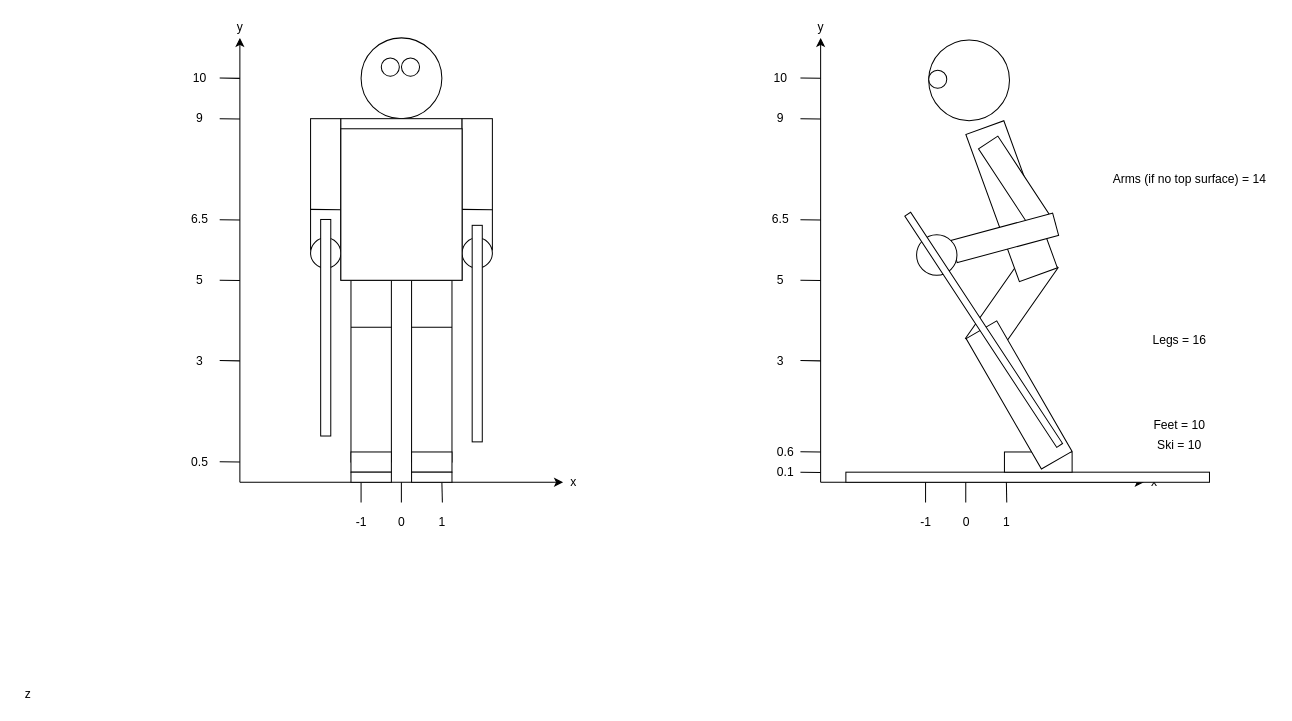
Before: V21_Gruppenbuchstabe_Matrikelnummer/Dokumentation/skifahrer_sketch.drawio in cyberme0w/VRMLProjekt, a draw.io diagram. Source tidied: cells renumbered, new cells numbered last; positions are measured from the earlier drawing's top-left corner, leaving out a move shared by most shapes. Both pictures are drawn from the tidied source at 101%, with x=0, y=0 at pixel (17, 17).
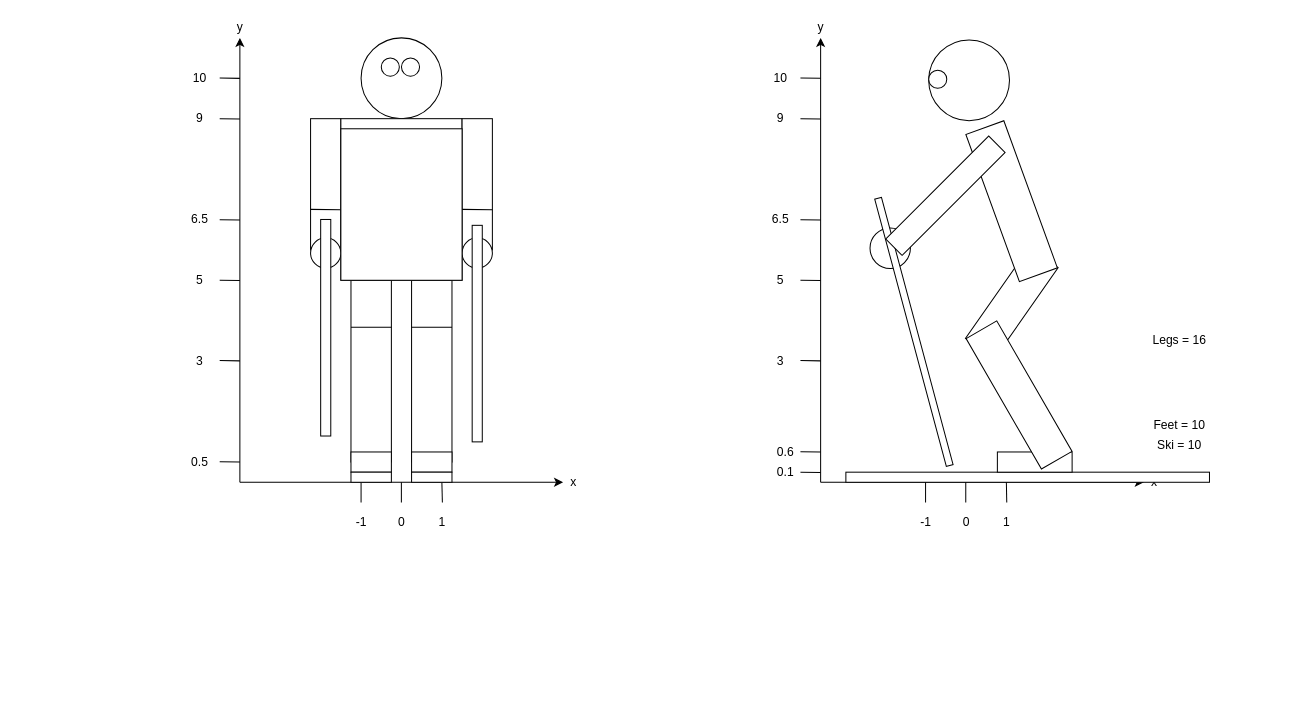
The same diagram, later.

Commit message (it also covers changes not shown here):
Started docs; updated .drawio skifahrer sketch

The edit, as a diff of the source:
```diff
@@
-    <mxCell id="7" value="z" style="text;html=1;align=center;verticalAlign=middle;strokeColor=none;" parent="1" vertex="1">
-      <mxGeometry y="660" width="20" height="20" as="geometry" />
-    </mxCell>
@@
     <mxCell id="57" style="whiteSpace=wrap;html=1;" parent="1" vertex="1">
-      <mxGeometry x="977" y="430" width="67" height="20" as="geometry" />
+      <mxGeometry x="970" y="430" width="74" height="20" as="geometry" />
     </mxCell>
@@
-    <mxCell id="65" style="whiteSpace=wrap;html=1;rotation=-33.3;" parent="1" vertex="1">
-      <mxGeometry x="978" y="115" width="22.9" height="104" as="geometry" />
-    </mxCell>
-    <mxCell id="66" style="whiteSpace=wrap;html=1;rotation=75;" parent="1" vertex="1">
-      <mxGeometry x="966" y="166" width="22.9" height="104" as="geometry" />
-    </mxCell>
     <mxCell id="67" style="ellipse;whiteSpace=wrap;html=1;" parent="1" vertex="1">
-      <mxGeometry x="890" y="215" width="40" height="40" as="geometry" />
+      <mxGeometry x="843.9" y="208.3" width="40" height="40" as="geometry" />
     </mxCell>
-    <mxCell id="68" style="whiteSpace=wrap;html=1;rotation=-33.3;" parent="1" vertex="1">
-      <mxGeometry x="953" y="172" width="6.9" height="274" as="geometry" />
+    <mxCell id="68" style="whiteSpace=wrap;html=1;rotation=-15;" parent="1" vertex="1">
+      <mxGeometry x="883.9" y="174.1" width="6.9" height="274" as="geometry" />
     </mxCell>
@@
-    <mxCell id="82" value="Arms (if no top surface) = 14" style="text;html=1;align=center;verticalAlign=middle;strokeColor=none;" parent="1" vertex="1">
-      <mxGeometry x="1075" y="150" width="170" height="20" as="geometry" />
-    </mxCell>
@@
+    <mxCell id="85" style="whiteSpace=wrap;html=1;rotation=45;" parent="1" vertex="1">
+      <mxGeometry x="907.1" y="104.2" width="22.9" height="144.2" as="geometry" />
+    </mxCell>
```
